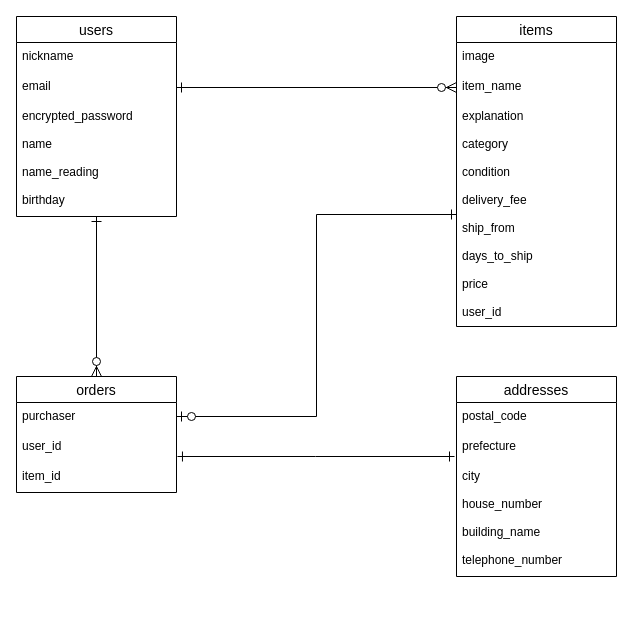
Earlier version of the draw.io diagram ER.dio (wakame-se/furima-36212). Source tidied: cells renumbered, new cells numbered last; positions are measured from the earlier drawing's top-left corner, leaving out a move shared by most shapes. Both pictures are drawn from the tidied source at 100%, with x=0, y=0 at pixel (16, 16).
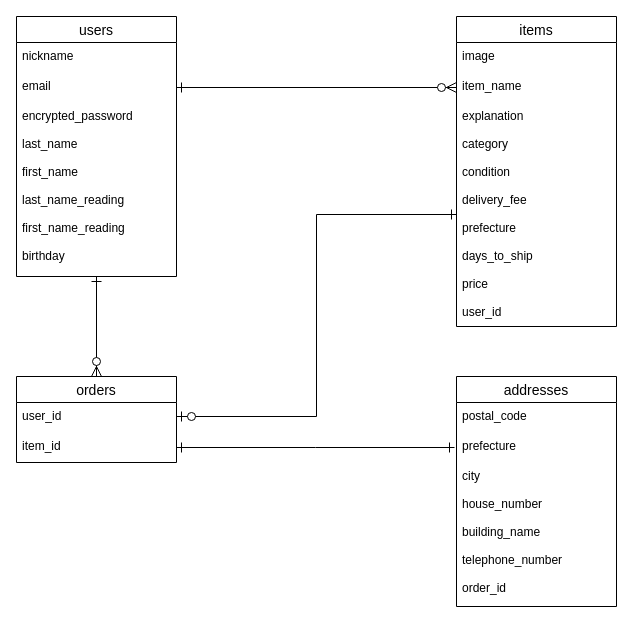
The same page after the edit.

The change refers to these unchanged cells:
```xml
<mxCell id="7" value="items" style="swimlane;fontStyle=0;horizontal=1;startSize=26;align=center;fontSize=14;" parent="1" vertex="1">
  <mxGeometry x="440" width="160" height="310" as="geometry" />
</mxCell>
```

Diff of the diagram source:
```diff
@@
     <mxCell id="3" value="users" style="swimlane;fontStyle=0;horizontal=1;startSize=26;align=center;fontSize=14;" parent="1" vertex="1">
-      <mxGeometry width="160" height="200" as="geometry" />
+      <mxGeometry width="160" height="260" as="geometry" />
     </mxCell>
@@
-    <mxCell id="6" value="encrypted_password&#10;&#10;name&#10;&#10;name_reading&#10;&#10;birthday" style="text;strokeColor=none;fillColor=none;spacingLeft=4;spacingRight=4;overflow=hidden;fontSize=12;" parent="3" vertex="1">
-      <mxGeometry y="86" width="160" height="114" as="geometry" />
+    <mxCell id="6" value="encrypted_password&#10;&#10;last_name&#10;&#10;first_name&#10;&#10;last_name_reading&#10;&#10;first_name_reading&#10;&#10;birthday" style="text;strokeColor=none;fillColor=none;spacingLeft=4;spacingRight=4;overflow=hidden;fontSize=12;" parent="3" vertex="1">
+      <mxGeometry y="86" width="160" height="174" as="geometry" />
     </mxCell>
@@
-    <mxCell id="10" value="explanation&#10;&#10;category&#10;&#10;condition&#10;&#10;delivery_fee&#10;&#10;ship_from&#10;&#10;days_to_ship&#10;&#10;price&#10;&#10;user_id" style="text;strokeColor=none;fillColor=none;spacingLeft=4;spacingRight=4;overflow=hidden;points=[[0,0.5],[1,0.5]];portConstraint=eastwest;fontSize=12;" parent="7" vertex="1">
+    <mxCell id="10" value="explanation&#10;&#10;category&#10;&#10;condition&#10;&#10;delivery_fee&#10;&#10;prefecture&#10;&#10;days_to_ship&#10;&#10;price&#10;&#10;user_id" style="text;strokeColor=none;fillColor=none;spacingLeft=4;spacingRight=4;overflow=hidden;points=[[0,0.5],[1,0.5]];portConstraint=eastwest;fontSize=12;" parent="7" vertex="1">
       <mxGeometry y="86" width="160" height="224" as="geometry" />
     </mxCell>
@@
     <mxCell id="12" value="orders" style="swimlane;fontStyle=0;horizontal=1;startSize=26;align=center;fontSize=14;" parent="1" vertex="1">
-      <mxGeometry y="360" width="160" height="116" as="geometry" />
+      <mxGeometry y="360" width="160" height="86" as="geometry" />
     </mxCell>
-    <mxCell id="13" value="purchaser" style="text;strokeColor=none;fillColor=none;spacingLeft=4;spacingRight=4;overflow=hidden;fontSize=12;" parent="12" vertex="1">
-      <mxGeometry y="26" width="160" height="30" as="geometry" />
-    </mxCell>
     <mxCell id="14" value="user_id" style="text;strokeColor=none;fillColor=none;spacingLeft=4;spacingRight=4;overflow=hidden;points=[[0,0.5],[1,0.5]];portConstraint=eastwest;fontSize=12;" parent="12" vertex="1">
-      <mxGeometry y="56" width="160" height="30" as="geometry" />
+      <mxGeometry y="26" width="160" height="30" as="geometry" />
     </mxCell>
     <mxCell id="15" value="item_id" style="text;strokeColor=none;fillColor=none;spacingLeft=4;spacingRight=4;overflow=hidden;points=[[0,0.5],[1,0.5]];portConstraint=eastwest;fontSize=12;" parent="12" vertex="1">
-      <mxGeometry y="86" width="160" height="30" as="geometry" />
+      <mxGeometry y="56" width="160" height="30" as="geometry" />
     </mxCell>
     <mxCell id="16" value="addresses" style="swimlane;fontStyle=0;horizontal=1;startSize=26;align=center;fontSize=14;" parent="1" vertex="1">
-      <mxGeometry x="440" y="360" width="160" height="200" as="geometry" />
+      <mxGeometry x="440" y="360" width="160" height="230" as="geometry" />
     </mxCell>
@@
-    <mxCell id="19" value="city&#10;&#10;house_number&#10;&#10;building_name&#10;&#10;telephone_number" style="text;strokeColor=none;fillColor=none;spacingLeft=4;spacingRight=4;overflow=hidden;fontSize=12;" parent="16" vertex="1">
-      <mxGeometry y="86" width="160" height="114" as="geometry" />
+    <mxCell id="19" value="city&#10;&#10;house_number&#10;&#10;building_name&#10;&#10;telephone_number&#10;&#10;order_id" style="text;strokeColor=none;fillColor=none;spacingLeft=4;spacingRight=4;overflow=hidden;fontSize=12;" parent="16" vertex="1">
+      <mxGeometry y="86" width="160" height="144" as="geometry" />
     </mxCell>
-    <mxCell id="20" style="edgeStyle=orthogonalEdgeStyle;rounded=0;jettySize=auto;html=1;startArrow=ERone;startFill=0;endArrow=ERone;endFill=0;startSize=8;endSize=8;exitX=1.006;exitY=0.8;exitDx=0;exitDy=0;exitPerimeter=0;" parent="1" edge="1" source="14">
+    <mxCell id="20" style="edgeStyle=orthogonalEdgeStyle;rounded=0;jettySize=auto;html=1;startArrow=ERone;startFill=0;endArrow=ERone;endFill=0;startSize=8;endSize=8;exitX=1;exitY=0.5;exitDx=0;exitDy=0;" parent="1" edge="1" source="15">
       <mxGeometry relative="1" as="geometry">
-        <mxPoint x="438" y="440" as="targetPoint" />
+        <mxPoint x="438" y="431" as="targetPoint" />
       </mxGeometry>
     </mxCell>
```
